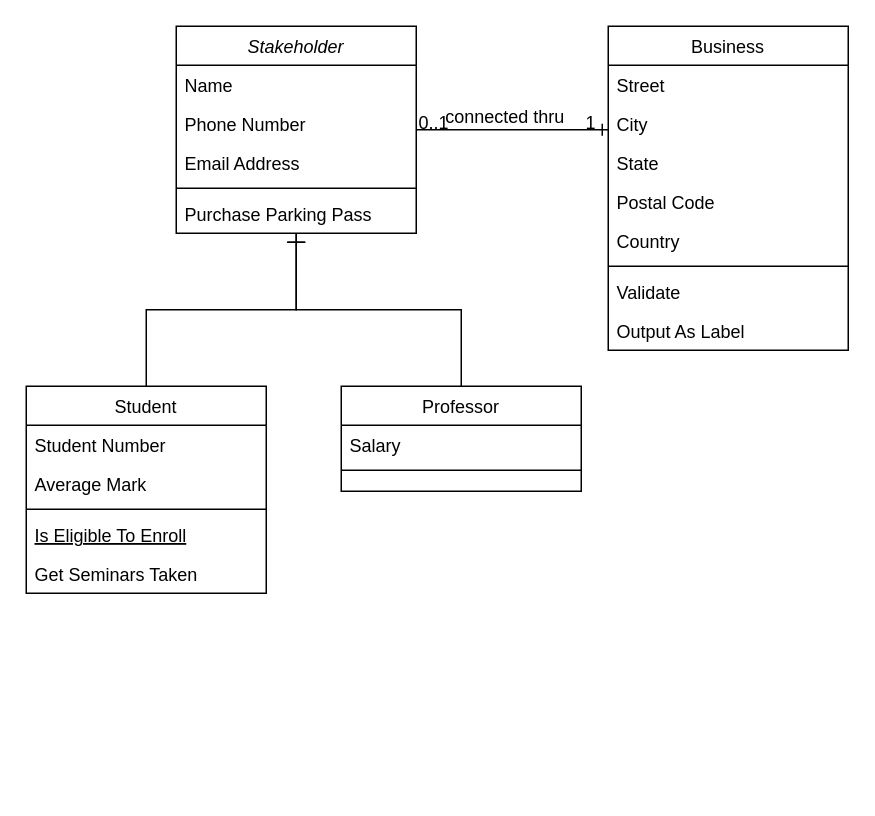
Earlier version of the draw.io diagram C188 Class Diagram.drawio (smithevanb/smithevanb). Source tidied: cells renumbered, new cells numbered last; positions are measured from the earlier drawing's top-left corner, leaving out a move shared by most shapes. Both pictures are drawn from the tidied source at 150%, with x=0, y=0 at pixel (26, 26).
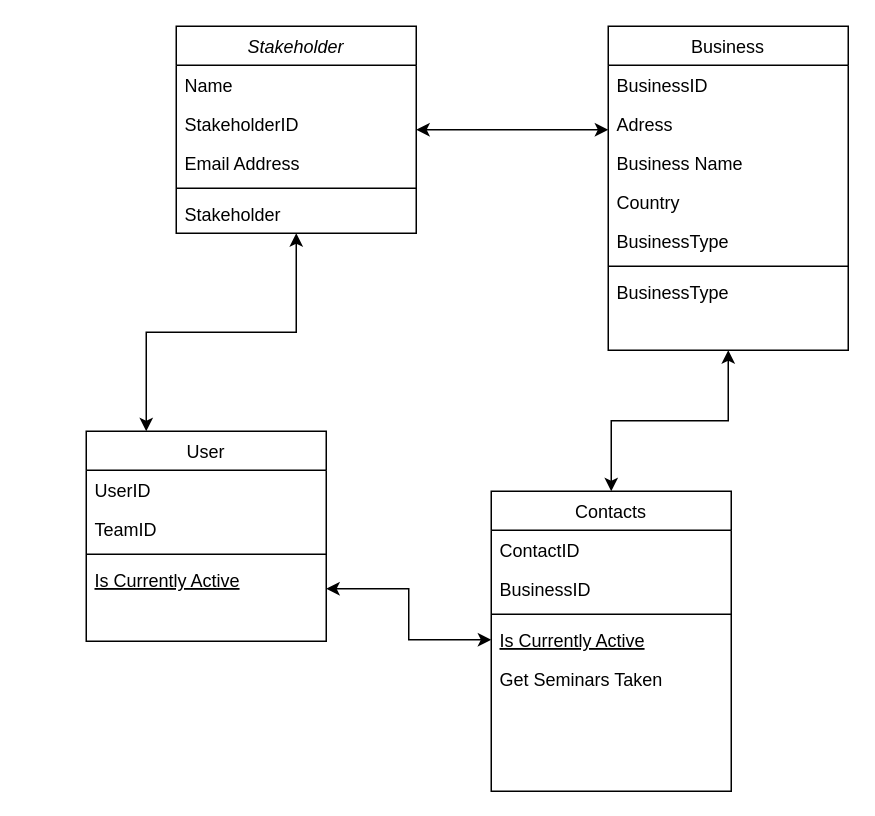
The same diagram, later.

Unchanged cells that the change refers to:
```xml
<mxCell id="2" value="Stakeholder" style="swimlane;fontStyle=2;align=center;verticalAlign=top;horizontal=1;startSize=26;rounded=0;shadow=0;strokeWidth=1;" parent="1" vertex="1">
  <mxGeometry x="100" width="160" height="138" as="geometry" />
</mxCell>
<mxCell id="19" value="Business" style="swimlane;fontStyle=0;align=center;verticalAlign=top;horizontal=1;startSize=26;rounded=0;shadow=0;strokeWidth=1;" parent="1" vertex="1">
  <mxGeometry x="388" width="160" height="216" as="geometry" />
</mxCell>
```

The edit, as a diff of the source:
```diff
@@
-    <mxCell id="4" value="Phone Number" style="text;align=left;verticalAlign=top;spacingLeft=4;spacingRight=4;overflow=hidden;rounded=0;shadow=0;html=0;" parent="2" vertex="1">
+    <mxCell id="4" value="StakeholderID" style="text;align=left;verticalAlign=top;spacingLeft=4;spacingRight=4;overflow=hidden;rounded=0;shadow=0;html=0;" parent="2" vertex="1">
       <mxGeometry y="52" width="160" height="26" as="geometry" />
     </mxCell>
@@
-    <mxCell id="7" value="Purchase Parking Pass" style="text;align=left;verticalAlign=top;spacingLeft=4;spacingRight=4;overflow=hidden;" parent="2" vertex="1">
-      <mxGeometry y="112" width="160" height="26" as="geometry" />
-    </mxCell>
+    <mxCell id="32" value="Stakeholder" style="text;align=left;verticalAlign=top;spacingLeft=4;spacingRight=4;overflow=hidden;rounded=0;shadow=0;html=0;" parent="2" vertex="1">
+      <mxGeometry y="112" width="160" height="26" as="geometry" />
+    </mxCell>
-    <mxCell id="8" value="Student" style="swimlane;fontStyle=0;align=center;verticalAlign=top;horizontal=1;startSize=26;rounded=0;shadow=0;strokeWidth=1;" parent="1" vertex="1">
-      <mxGeometry y="240" width="160" height="138" as="geometry" />
+    <mxCell id="8" value="User" style="swimlane;fontStyle=0;align=center;verticalAlign=top;horizontal=1;startSize=26;rounded=0;shadow=0;strokeWidth=1;" parent="1" vertex="1">
+      <mxGeometry x="40" y="270" width="160" height="140" as="geometry" />
     </mxCell>
-    <mxCell id="9" value="Student Number" style="text;align=left;verticalAlign=top;spacingLeft=4;spacingRight=4;overflow=hidden;" parent="8" vertex="1">
+    <mxCell id="9" value="UserID" style="text;align=left;verticalAlign=top;spacingLeft=4;spacingRight=4;overflow=hidden;" parent="8" vertex="1">
       <mxGeometry y="26" width="160" height="26" as="geometry" />
     </mxCell>
-    <mxCell id="10" value="Average Mark" style="text;align=left;verticalAlign=top;spacingLeft=4;spacingRight=4;overflow=hidden;rounded=0;shadow=0;html=0;" parent="8" vertex="1">
+    <mxCell id="10" value="TeamID" style="text;align=left;verticalAlign=top;spacingLeft=4;spacingRight=4;overflow=hidden;rounded=0;shadow=0;html=0;" parent="8" vertex="1">
       <mxGeometry y="52" width="160" height="26" as="geometry" />
     </mxCell>
@@
-    <mxCell id="12" value="Is Eligible To Enroll" style="text;align=left;verticalAlign=top;spacingLeft=4;spacingRight=4;overflow=hidden;fontStyle=4;" parent="8" vertex="1">
+    <mxCell id="12" value="Is Currently Active" style="text;align=left;verticalAlign=top;spacingLeft=4;spacingRight=4;overflow=hidden;fontStyle=4;" parent="8" vertex="1">
       <mxGeometry y="86" width="160" height="26" as="geometry" />
     </mxCell>
-    <mxCell id="13" value="Get Seminars Taken" style="text;align=left;verticalAlign=top;spacingLeft=4;spacingRight=4;overflow=hidden;" parent="8" vertex="1">
-      <mxGeometry y="112" width="160" height="26" as="geometry" />
-    </mxCell>
-    <mxCell id="14" style="endArrow=ERone;endSize=10;endFill=0;shadow=0;strokeWidth=1;rounded=0;edgeStyle=elbowEdgeStyle;elbow=vertical;" parent="1" edge="1" source="8" target="2">
-      <mxGeometry relative="1" as="geometry" />
-    </mxCell>
-    <mxCell id="15" value="Professor" style="swimlane;fontStyle=0;align=center;verticalAlign=top;horizontal=1;startSize=26;rounded=0;shadow=0;strokeWidth=1;" parent="1" vertex="1">
-      <mxGeometry x="210" y="240" width="160" height="70" as="geometry" />
-    </mxCell>
-    <mxCell id="16" value="Salary" style="text;align=left;verticalAlign=top;spacingLeft=4;spacingRight=4;overflow=hidden;" parent="15" vertex="1">
-      <mxGeometry y="26" width="160" height="26" as="geometry" />
-    </mxCell>
-    <mxCell id="17" style="line;html=1;strokeWidth=1;align=left;verticalAlign=middle;spacingTop=-1;spacingLeft=3;spacingRight=3;labelPosition=right;" parent="15" vertex="1">
-      <mxGeometry y="52" width="160" height="8" as="geometry" />
-    </mxCell>
-    <mxCell id="18" style="endArrow=ERone;endSize=10;endFill=0;shadow=0;strokeWidth=1;rounded=0;edgeStyle=elbowEdgeStyle;elbow=vertical;" parent="1" edge="1" source="15" target="2">
+    <mxCell id="18" style="endArrow=classic;endFill=1;shadow=0;strokeWidth=1;rounded=0;edgeStyle=elbowEdgeStyle;elbow=vertical;exitX=0.25;exitY=0;exitDx=0;exitDy=0;startArrow=classic;startFill=1;" parent="1" edge="1" source="8" target="2">
       <mxGeometry relative="1" as="geometry" />
     </mxCell>
@@
-    <mxCell id="20" value="Street" style="text;align=left;verticalAlign=top;spacingLeft=4;spacingRight=4;overflow=hidden;" parent="19" vertex="1">
+    <mxCell id="20" value="BusinessID" style="text;align=left;verticalAlign=top;spacingLeft=4;spacingRight=4;overflow=hidden;" parent="19" vertex="1">
       <mxGeometry y="26" width="160" height="26" as="geometry" />
     </mxCell>
-    <mxCell id="21" value="City" style="text;align=left;verticalAlign=top;spacingLeft=4;spacingRight=4;overflow=hidden;rounded=0;shadow=0;html=0;" parent="19" vertex="1">
+    <mxCell id="21" value="Adress" style="text;align=left;verticalAlign=top;spacingLeft=4;spacingRight=4;overflow=hidden;rounded=0;shadow=0;html=0;" parent="19" vertex="1">
       <mxGeometry y="52" width="160" height="26" as="geometry" />
     </mxCell>
-    <mxCell id="22" value="State" style="text;align=left;verticalAlign=top;spacingLeft=4;spacingRight=4;overflow=hidden;rounded=0;shadow=0;html=0;" parent="19" vertex="1">
+    <mxCell id="22" value="Business Name" style="text;align=left;verticalAlign=top;spacingLeft=4;spacingRight=4;overflow=hidden;rounded=0;shadow=0;html=0;" parent="19" vertex="1">
       <mxGeometry y="78" width="160" height="26" as="geometry" />
     </mxCell>
-    <mxCell id="23" value="Postal Code" style="text;align=left;verticalAlign=top;spacingLeft=4;spacingRight=4;overflow=hidden;rounded=0;shadow=0;html=0;" parent="19" vertex="1">
-      <mxGeometry y="104" width="160" height="26" as="geometry" />
-    </mxCell>
     <mxCell id="24" value="Country" style="text;align=left;verticalAlign=top;spacingLeft=4;spacingRight=4;overflow=hidden;rounded=0;shadow=0;html=0;" parent="19" vertex="1">
-      <mxGeometry y="130" width="160" height="26" as="geometry" />
+      <mxGeometry y="104" width="160" height="26" as="geometry" />
     </mxCell>
+    <mxCell id="33" value="BusinessType" style="text;align=left;verticalAlign=top;spacingLeft=4;spacingRight=4;overflow=hidden;rounded=0;shadow=0;html=0;" parent="19" vertex="1">
+      <mxGeometry y="130" width="160" height="26" as="geometry" />
+    </mxCell>
@@
-    <mxCell id="26" value="Validate" style="text;align=left;verticalAlign=top;spacingLeft=4;spacingRight=4;overflow=hidden;" parent="19" vertex="1">
-      <mxGeometry y="164" width="160" height="26" as="geometry" />
-    </mxCell>
-    <mxCell id="27" value="Output As Label" style="text;align=left;verticalAlign=top;spacingLeft=4;spacingRight=4;overflow=hidden;" parent="19" vertex="1">
-      <mxGeometry y="190" width="160" height="26" as="geometry" />
-    </mxCell>
+    <mxCell id="34" value="BusinessType" style="text;align=left;verticalAlign=top;spacingLeft=4;spacingRight=4;overflow=hidden;rounded=0;shadow=0;html=0;" parent="19" vertex="1">
+      <mxGeometry y="164" width="160" height="26" as="geometry" />
+    </mxCell>
-    <mxCell id="28" style="endArrow=ERone;shadow=0;strokeWidth=1;rounded=0;endFill=0;edgeStyle=elbowEdgeStyle;elbow=vertical;" parent="1" edge="1" source="2" target="19">
+    <mxCell id="28" style="endArrow=classic;shadow=0;strokeWidth=1;rounded=0;endFill=1;edgeStyle=elbowEdgeStyle;elbow=vertical;startArrow=classic;startFill=1;" parent="1" edge="1" source="2" target="19">
       <mxGeometry x="0.5" y="41" relative="1" as="geometry">
         <mxPoint x="-40" y="32" as="offset" />
       </mxGeometry>
     </mxCell>
-    <mxCell id="29" value="0..1" style="align=left;verticalAlign=bottom;labelBackgroundColor=none;fontSize=12;" parent="28" vertex="1">
-      <mxGeometry x="-1" relative="1" as="geometry">
-        <mxPoint y="4" as="offset" />
-      </mxGeometry>
-    </mxCell>
-    <mxCell id="30" value="1" style="align=right;verticalAlign=bottom;labelBackgroundColor=none;fontSize=12;" parent="28" vertex="1">
-      <mxGeometry x="1" relative="1" as="geometry">
-        <mxPoint x="-7" y="4" as="offset" />
-      </mxGeometry>
-    </mxCell>
-    <mxCell id="31" value="connected thru" style="text;html=1;align=center;verticalAlign=middle;labelBackgroundColor=none;rounded=0;shadow=0;strokeWidth=1;fontSize=12;" parent="28" vertex="1">
-      <mxGeometry x="0.5" y="49" relative="1" as="geometry">
-        <mxPoint x="-38" y="40" as="offset" />
-      </mxGeometry>
-    </mxCell>
+    <mxCell id="35" value="Contacts" style="swimlane;fontStyle=0;align=center;verticalAlign=top;horizontal=1;startSize=26;rounded=0;shadow=0;strokeWidth=1;" parent="1" vertex="1">
+      <mxGeometry x="310" y="310" width="160" height="200" as="geometry" />
+    </mxCell>
+    <mxCell id="36" value="ContactID" style="text;align=left;verticalAlign=top;spacingLeft=4;spacingRight=4;overflow=hidden;" parent="35" vertex="1">
+      <mxGeometry y="26" width="160" height="26" as="geometry" />
+    </mxCell>
+    <mxCell id="37" value="BusinessID" style="text;align=left;verticalAlign=top;spacingLeft=4;spacingRight=4;overflow=hidden;rounded=0;shadow=0;html=0;" parent="35" vertex="1">
+      <mxGeometry y="52" width="160" height="26" as="geometry" />
+    </mxCell>
+    <mxCell id="38" style="line;html=1;strokeWidth=1;align=left;verticalAlign=middle;spacingTop=-1;spacingLeft=3;spacingRight=3;labelPosition=right;" parent="35" vertex="1">
+      <mxGeometry y="78" width="160" height="8" as="geometry" />
+    </mxCell>
+    <mxCell id="39" value="Is Currently Active" style="text;align=left;verticalAlign=top;spacingLeft=4;spacingRight=4;overflow=hidden;points=[[0,0.5],[1,0.5]];portConstraint=eastwest;fontStyle=4;" parent="35" vertex="1">
+      <mxGeometry y="86" width="160" height="26" as="geometry" />
+    </mxCell>
+    <mxCell id="13" value="Get Seminars Taken" style="text;align=left;verticalAlign=top;spacingLeft=4;spacingRight=4;overflow=hidden;" parent="35" vertex="1">
+      <mxGeometry y="112" width="160" height="26" as="geometry" />
+    </mxCell>
+    <mxCell id="40" style="endArrow=classic;startArrow=classic;html=1;rounded=0;entryX=0.5;entryY=1;entryDx=0;entryDy=0;edgeStyle=orthogonalEdgeStyle;" parent="1" edge="1" source="35" target="19">
+      <mxGeometry relative="1" as="geometry" />
+    </mxCell>
+    <mxCell id="41" style="endArrow=classic;startArrow=classic;html=1;rounded=0;exitX=1;exitY=0.75;exitDx=0;exitDy=0;edgeStyle=orthogonalEdgeStyle;entryX=0;entryY=0.5;entryDx=0;entryDy=0;" parent="1" edge="1" source="8" target="39">
+      <mxGeometry relative="1" as="geometry" />
+    </mxCell>
```
